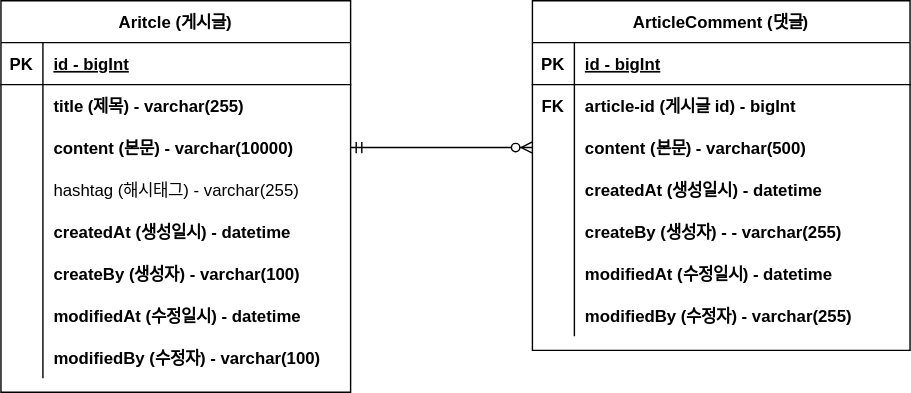
Above: document/project01-board-erd.svg in hoochh/project01_board-service (draw.io), before the change. Source tidied: cells renumbered, new cells last; positions are measured from the earlier drawing's top-left corner, leaving out a move shared by most shapes.
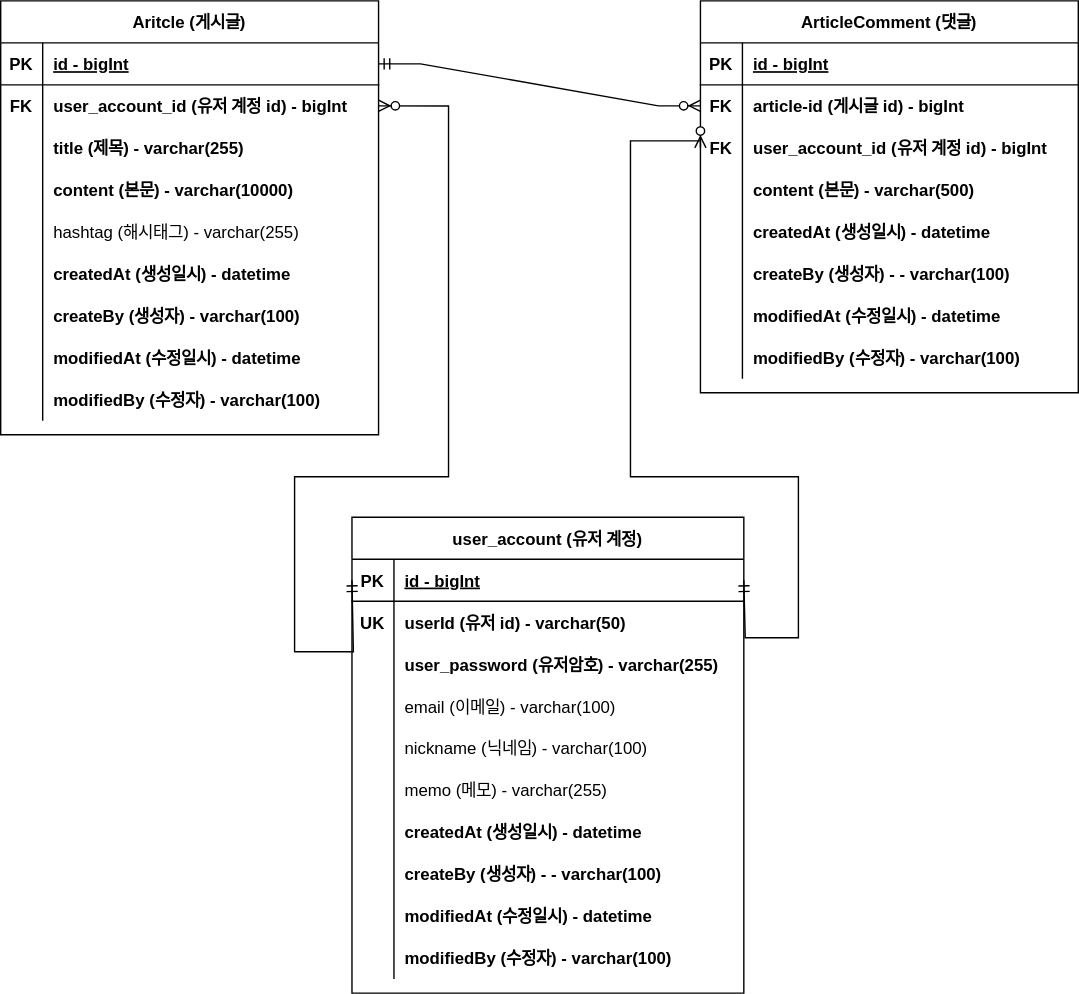
Above is the later version.

Commit message:
#22 - ERD 수정: project01-board-erd.svg 업데이트

Change to the diagram source:
```diff
@@ -5,6 +5,6 @@
     <mxCell id="2" value="Aritcle (게시글)" style="shape=table;startSize=30;rowLines=0;fontStyle=1;align=center;" parent="1" vertex="1">
-      <mxGeometry width="250" height="280" as="geometry" />
+      <mxGeometry width="270" height="310" as="geometry" />
     </mxCell>
     <mxCell id="3" style="shape=partialRectangle;fillColor=none;points=[[0,0.5],[1,0.5]];portConstraint=eastwest;top=0;left=0;right=0;bottom=1;fontStyle=1;" parent="2" vertex="1">
-      <mxGeometry y="30" width="250" height="30" as="geometry" />
+      <mxGeometry y="30" width="270" height="30" as="geometry" />
     </mxCell>
@@ -14,15 +14,24 @@
     <mxCell id="5" value="id - bigInt" style="shape=partialRectangle;overflow=hidden;fillColor=none;top=0;left=0;bottom=0;right=0;align=left;spacingLeft=6;fontStyle=5;" parent="3" vertex="1">
-      <mxGeometry x="30" width="220" height="30" as="geometry" />
+      <mxGeometry x="30" width="240" height="30" as="geometry" />
     </mxCell>
     <mxCell id="6" style="shape=partialRectangle;fillColor=none;points=[[0,0.5],[1,0.5]];portConstraint=eastwest;top=0;left=0;right=0;bottom=0;fontStyle=1;" parent="2" vertex="1">
-      <mxGeometry y="60" width="250" height="30" as="geometry" />
+      <mxGeometry y="60" width="270" height="30" as="geometry" />
     </mxCell>
-    <mxCell id="7" style="shape=partialRectangle;overflow=hidden;fillColor=none;top=0;left=0;bottom=0;right=0;fontStyle=1;" parent="6" vertex="1">
+    <mxCell id="7" value="FK" style="shape=partialRectangle;overflow=hidden;fillColor=none;top=0;left=0;bottom=0;right=0;fontStyle=1;" parent="6" vertex="1">
       <mxGeometry width="30" height="30" as="geometry" />
     </mxCell>
-    <mxCell id="8" value="title (제목) - varchar(255)" style="shape=partialRectangle;overflow=hidden;fillColor=none;top=0;left=0;bottom=0;right=0;align=left;spacingLeft=6;fontStyle=1;" parent="6" vertex="1">
-      <mxGeometry x="30" width="220" height="30" as="geometry" />
+    <mxCell id="8" value="user_account_id (유저 계정 id) - bigInt" style="shape=partialRectangle;overflow=hidden;fillColor=none;top=0;left=0;bottom=0;right=0;align=left;spacingLeft=6;fontStyle=1;" parent="6" vertex="1">
+      <mxGeometry x="30" width="240" height="30" as="geometry" />
     </mxCell>
+    <mxCell id="50" style="shape=partialRectangle;fillColor=none;top=0;left=0;right=0;bottom=0;fontStyle=1;" parent="2" vertex="1">
+      <mxGeometry y="90" width="270" height="30" as="geometry" />
+    </mxCell>
+    <mxCell id="51" style="shape=partialRectangle;overflow=hidden;fillColor=none;top=0;left=0;bottom=0;right=0;fontStyle=1;" parent="50" vertex="1">
+      <mxGeometry width="30" height="30" as="geometry" />
+    </mxCell>
+    <mxCell id="52" value="title (제목) - varchar(255)" style="shape=partialRectangle;overflow=hidden;fillColor=none;top=0;left=0;bottom=0;right=0;align=left;spacingLeft=6;fontStyle=1;" parent="50" vertex="1">
+      <mxGeometry x="30" width="240" height="30" as="geometry" />
+    </mxCell>
     <mxCell id="9" style="shape=partialRectangle;fillColor=none;points=[[0,0.5],[1,0.5]];portConstraint=eastwest;top=0;left=0;right=0;bottom=0;fontStyle=1;" parent="2" vertex="1">
-      <mxGeometry y="90" width="250" height="30" as="geometry" />
+      <mxGeometry y="120" width="270" height="30" as="geometry" />
     </mxCell>
@@ -32,6 +41,6 @@
     <mxCell id="11" value="content (본문) - varchar(10000)" style="shape=partialRectangle;overflow=hidden;fillColor=none;top=0;left=0;bottom=0;right=0;align=left;spacingLeft=6;fontStyle=1;" parent="9" vertex="1">
-      <mxGeometry x="30" width="220" height="30" as="geometry" />
+      <mxGeometry x="30" width="240" height="30" as="geometry" />
     </mxCell>
     <mxCell id="12" style="shape=partialRectangle;fillColor=none;top=0;left=0;right=0;bottom=0;fontStyle=1;" parent="2" vertex="1">
-      <mxGeometry y="120" width="250" height="30" as="geometry" />
+      <mxGeometry y="150" width="270" height="30" as="geometry" />
     </mxCell>
@@ -41,6 +50,6 @@
     <mxCell id="14" value="hashtag (해시태그) - varchar(255)" style="shape=partialRectangle;overflow=hidden;fillColor=none;top=0;left=0;bottom=0;right=0;align=left;spacingLeft=6;fontStyle=0;" parent="12" vertex="1">
-      <mxGeometry x="30" width="220" height="30" as="geometry" />
+      <mxGeometry x="30" width="240" height="30" as="geometry" />
     </mxCell>
     <mxCell id="15" style="shape=partialRectangle;fillColor=none;top=0;left=0;right=0;bottom=0;fontStyle=1;" parent="2" vertex="1">
-      <mxGeometry y="150" width="250" height="30" as="geometry" />
+      <mxGeometry y="180" width="270" height="30" as="geometry" />
     </mxCell>
@@ -50,6 +59,6 @@
     <mxCell id="17" value="createdAt (생성일시) - datetime" style="shape=partialRectangle;overflow=hidden;fillColor=none;top=0;left=0;bottom=0;right=0;align=left;spacingLeft=6;fontStyle=1;" parent="15" vertex="1">
-      <mxGeometry x="30" width="220" height="30" as="geometry" />
+      <mxGeometry x="30" width="240" height="30" as="geometry" />
     </mxCell>
     <mxCell id="18" style="shape=partialRectangle;fillColor=none;top=0;left=0;right=0;bottom=0;fontStyle=1;" parent="2" vertex="1">
-      <mxGeometry y="180" width="250" height="30" as="geometry" />
+      <mxGeometry y="210" width="270" height="30" as="geometry" />
     </mxCell>
@@ -59,6 +68,6 @@
     <mxCell id="20" value="createBy (생성자) - varchar(100)" style="shape=partialRectangle;overflow=hidden;fillColor=none;top=0;left=0;bottom=0;right=0;align=left;spacingLeft=6;fontStyle=1;" parent="18" vertex="1">
-      <mxGeometry x="30" width="220" height="30" as="geometry" />
+      <mxGeometry x="30" width="240" height="30" as="geometry" />
     </mxCell>
     <mxCell id="21" style="shape=partialRectangle;fillColor=none;top=0;left=0;right=0;bottom=0;fontStyle=1;" parent="2" vertex="1">
-      <mxGeometry y="210" width="250" height="30" as="geometry" />
+      <mxGeometry y="240" width="270" height="30" as="geometry" />
     </mxCell>
@@ -68,6 +77,6 @@
     <mxCell id="23" value="modifiedAt (수정일시) - datetime" style="shape=partialRectangle;overflow=hidden;fillColor=none;top=0;left=0;bottom=0;right=0;align=left;spacingLeft=6;fontStyle=1;" parent="21" vertex="1">
-      <mxGeometry x="30" width="220" height="30" as="geometry" />
+      <mxGeometry x="30" width="240" height="30" as="geometry" />
     </mxCell>
     <mxCell id="24" style="shape=partialRectangle;fillColor=none;top=0;left=0;right=0;bottom=0;fontStyle=1;" parent="2" vertex="1">
-      <mxGeometry y="240" width="250" height="30" as="geometry" />
+      <mxGeometry y="270" width="270" height="30" as="geometry" />
     </mxCell>
@@ -77,6 +86,6 @@
     <mxCell id="26" value="modifiedBy (수정자) - varchar(100)" style="shape=partialRectangle;overflow=hidden;fillColor=none;top=0;left=0;bottom=0;right=0;align=left;spacingLeft=6;fontStyle=1;" parent="24" vertex="1">
-      <mxGeometry x="30" width="220" height="30" as="geometry" />
+      <mxGeometry x="30" width="240" height="30" as="geometry" />
     </mxCell>
     <mxCell id="27" value="ArticleComment (댓글)" style="shape=table;startSize=30;rowLines=0;fontStyle=1;align=center;" parent="1" vertex="1">
-      <mxGeometry x="380" width="270" height="250" as="geometry" />
+      <mxGeometry x="500" width="270" height="280" as="geometry" />
     </mxCell>
@@ -100,4 +109,13 @@
     </mxCell>
+    <mxCell id="53" style="shape=partialRectangle;fillColor=none;points=[[0,0.5],[1,0.5]];portConstraint=eastwest;top=0;left=0;right=0;bottom=0;fontStyle=1;" parent="27" vertex="1">
+      <mxGeometry y="90" width="270" height="30" as="geometry" />
+    </mxCell>
+    <mxCell id="54" value="FK" style="shape=partialRectangle;overflow=hidden;fillColor=none;top=0;left=0;bottom=0;right=0;fontStyle=1;" parent="53" vertex="1">
+      <mxGeometry width="30" height="30" as="geometry" />
+    </mxCell>
+    <mxCell id="55" value="user_account_id (유저 계정 id) - bigInt" style="shape=partialRectangle;overflow=hidden;fillColor=none;top=0;left=0;bottom=0;right=0;align=left;spacingLeft=6;fontStyle=1;" parent="53" vertex="1">
+      <mxGeometry x="30" width="240" height="30" as="geometry" />
+    </mxCell>
     <mxCell id="34" style="shape=partialRectangle;fillColor=none;points=[[0,0.5],[1,0.5]];portConstraint=eastwest;top=0;left=0;right=0;bottom=0;fontStyle=1;" parent="27" vertex="1">
-      <mxGeometry y="90" width="270" height="30" as="geometry" />
+      <mxGeometry y="120" width="270" height="30" as="geometry" />
     </mxCell>
@@ -110,3 +128,3 @@
     <mxCell id="37" style="shape=partialRectangle;fillColor=none;top=0;left=0;right=0;bottom=0;fontStyle=1;" parent="27" vertex="1">
-      <mxGeometry y="120" width="270" height="30" as="geometry" />
+      <mxGeometry y="150" width="270" height="30" as="geometry" />
     </mxCell>
@@ -119,3 +137,3 @@
     <mxCell id="40" style="shape=partialRectangle;fillColor=none;top=0;left=0;right=0;bottom=0;fontStyle=1;" parent="27" vertex="1">
-      <mxGeometry y="150" width="270" height="30" as="geometry" />
+      <mxGeometry y="180" width="270" height="30" as="geometry" />
     </mxCell>
@@ -124,3 +142,3 @@
     </mxCell>
-    <mxCell id="42" value="createBy (생성자) - - varchar(255)" style="shape=partialRectangle;overflow=hidden;fillColor=none;top=0;left=0;bottom=0;right=0;align=left;spacingLeft=6;fontStyle=1;" parent="40" vertex="1">
+    <mxCell id="42" value="createBy (생성자) - - varchar(100)" style="shape=partialRectangle;overflow=hidden;fillColor=none;top=0;left=0;bottom=0;right=0;align=left;spacingLeft=6;fontStyle=1;" parent="40" vertex="1">
       <mxGeometry x="30" width="240" height="30" as="geometry" />
@@ -128,3 +146,3 @@
     <mxCell id="43" style="shape=partialRectangle;fillColor=none;top=0;left=0;right=0;bottom=0;fontStyle=1;" parent="27" vertex="1">
-      <mxGeometry y="180" width="270" height="30" as="geometry" />
+      <mxGeometry y="210" width="270" height="30" as="geometry" />
     </mxCell>
@@ -137,3 +155,3 @@
     <mxCell id="46" style="shape=partialRectangle;fillColor=none;top=0;left=0;right=0;bottom=0;fontStyle=1;" parent="27" vertex="1">
-      <mxGeometry y="210" width="270" height="30" as="geometry" />
+      <mxGeometry y="240" width="270" height="30" as="geometry" />
     </mxCell>
@@ -142,8 +160,124 @@
     </mxCell>
-    <mxCell id="48" value="modifiedBy (수정자) - varchar(255)" style="shape=partialRectangle;overflow=hidden;fillColor=none;top=0;left=0;bottom=0;right=0;align=left;spacingLeft=6;fontStyle=1;" parent="46" vertex="1">
+    <mxCell id="48" value="modifiedBy (수정자) - varchar(100)" style="shape=partialRectangle;overflow=hidden;fillColor=none;top=0;left=0;bottom=0;right=0;align=left;spacingLeft=6;fontStyle=1;" parent="46" vertex="1">
       <mxGeometry x="30" width="240" height="30" as="geometry" />
     </mxCell>
-    <mxCell id="49" style="edgeStyle=entityRelationEdgeStyle;fontSize=12;html=1;endArrow=ERzeroToMany;startArrow=ERmandOne;rounded=0;exitX=1;exitY=0.5;exitDx=0;exitDy=0;entryX=0;entryY=0.5;entryDx=0;entryDy=0;" parent="1" edge="1" source="9" target="34">
+    <mxCell id="49" style="edgeStyle=entityRelationEdgeStyle;fontSize=12;html=1;endArrow=ERzeroToMany;startArrow=ERmandOne;rounded=0;exitX=1;exitY=0.5;exitDx=0;exitDy=0;entryX=0;entryY=0.5;entryDx=0;entryDy=0;" parent="1" edge="1" source="3" target="31">
       <mxGeometry relative="1" as="geometry" />
     </mxCell>
+    <mxCell id="56" value="user_account (유저 계정)" style="shape=table;startSize=30;rowLines=0;fontStyle=1;align=center;" parent="1" vertex="1">
+      <mxGeometry x="251" y="369" width="280" height="340" as="geometry" />
+    </mxCell>
+    <mxCell id="57" style="shape=partialRectangle;fillColor=none;points=[[0,0.5],[1,0.5]];portConstraint=eastwest;top=0;left=0;right=0;bottom=1;fontStyle=1;" parent="56" vertex="1">
+      <mxGeometry y="30" width="280" height="30" as="geometry" />
+    </mxCell>
+    <mxCell id="58" value="PK" style="shape=partialRectangle;overflow=hidden;fillColor=none;top=0;left=0;bottom=0;right=0;fontStyle=1;" parent="57" vertex="1">
+      <mxGeometry width="30" height="30" as="geometry" />
+    </mxCell>
+    <mxCell id="59" value="id - bigInt" style="shape=partialRectangle;overflow=hidden;fillColor=none;top=0;left=0;bottom=0;right=0;align=left;spacingLeft=6;fontStyle=5;" parent="57" vertex="1">
+      <mxGeometry x="30" width="250" height="30" as="geometry" />
+    </mxCell>
+    <mxCell id="60" style="shape=partialRectangle;fillColor=none;top=0;left=0;right=0;bottom=0;fontStyle=1;" parent="56" vertex="1">
+      <mxGeometry y="60" width="280" height="30" as="geometry" />
+    </mxCell>
+    <mxCell id="61" value="UK" style="shape=partialRectangle;overflow=hidden;fillColor=none;top=0;left=0;bottom=0;right=0;fontStyle=1;" parent="60" vertex="1">
+      <mxGeometry width="30" height="30" as="geometry" />
+    </mxCell>
+    <mxCell id="62" value="userId (유저 id) - varchar(50)" style="shape=partialRectangle;overflow=hidden;fillColor=none;top=0;left=0;bottom=0;right=0;align=left;spacingLeft=6;fontStyle=1;" parent="60" vertex="1">
+      <mxGeometry x="30" width="250" height="30" as="geometry" />
+    </mxCell>
+    <mxCell id="63" style="shape=partialRectangle;fillColor=none;top=0;left=0;right=0;bottom=0;fontStyle=1;" parent="56" vertex="1">
+      <mxGeometry y="90" width="280" height="30" as="geometry" />
+    </mxCell>
+    <mxCell id="64" style="shape=partialRectangle;overflow=hidden;fillColor=none;top=0;left=0;bottom=0;right=0;fontStyle=1;" parent="63" vertex="1">
+      <mxGeometry width="30" height="30" as="geometry" />
+    </mxCell>
+    <mxCell id="65" value="user_password (유저암호) - varchar(255)" style="shape=partialRectangle;overflow=hidden;fillColor=none;top=0;left=0;bottom=0;right=0;align=left;spacingLeft=6;fontStyle=1;" parent="63" vertex="1">
+      <mxGeometry x="30" width="250" height="30" as="geometry" />
+    </mxCell>
+    <mxCell id="66" style="shape=partialRectangle;fillColor=none;top=0;left=0;right=0;bottom=0;fontStyle=1;" parent="56" vertex="1">
+      <mxGeometry y="120" width="280" height="30" as="geometry" />
+    </mxCell>
+    <mxCell id="67" style="shape=partialRectangle;overflow=hidden;fillColor=none;top=0;left=0;bottom=0;right=0;fontStyle=1;" parent="66" vertex="1">
+      <mxGeometry width="30" height="30" as="geometry" />
+    </mxCell>
+    <mxCell id="68" value="email (이메일) - varchar(100)" style="shape=partialRectangle;overflow=hidden;fillColor=none;top=0;left=0;bottom=0;right=0;align=left;spacingLeft=6;fontStyle=0;" parent="66" vertex="1">
+      <mxGeometry x="30" width="250" height="30" as="geometry" />
+    </mxCell>
+    <mxCell id="69" style="shape=partialRectangle;fillColor=none;top=0;left=0;right=0;bottom=0;fontStyle=1;" parent="56" vertex="1">
+      <mxGeometry y="150" width="280" height="30" as="geometry" />
+    </mxCell>
+    <mxCell id="70" style="shape=partialRectangle;overflow=hidden;fillColor=none;top=0;left=0;bottom=0;right=0;fontStyle=1;" parent="69" vertex="1">
+      <mxGeometry width="30" height="30" as="geometry" />
+    </mxCell>
+    <mxCell id="71" value="nickname (닉네임) - varchar(100)" style="shape=partialRectangle;overflow=hidden;fillColor=none;top=0;left=0;bottom=0;right=0;align=left;spacingLeft=6;fontStyle=0;" parent="69" vertex="1">
+      <mxGeometry x="30" width="250" height="30" as="geometry" />
+    </mxCell>
+    <mxCell id="72" style="shape=partialRectangle;fillColor=none;top=0;left=0;right=0;bottom=0;fontStyle=1;" parent="56" vertex="1">
+      <mxGeometry y="180" width="280" height="30" as="geometry" />
+    </mxCell>
+    <mxCell id="73" style="shape=partialRectangle;overflow=hidden;fillColor=none;top=0;left=0;bottom=0;right=0;fontStyle=1;" parent="72" vertex="1">
+      <mxGeometry width="30" height="30" as="geometry" />
+    </mxCell>
+    <mxCell id="74" value="memo (메모) - varchar(255)" style="shape=partialRectangle;overflow=hidden;fillColor=none;top=0;left=0;bottom=0;right=0;align=left;spacingLeft=6;fontStyle=0;" parent="72" vertex="1">
+      <mxGeometry x="30" width="250" height="30" as="geometry" />
+    </mxCell>
+    <mxCell id="75" style="shape=partialRectangle;fillColor=none;top=0;left=0;right=0;bottom=0;fontStyle=1;" parent="56" vertex="1">
+      <mxGeometry y="210" width="280" height="30" as="geometry" />
+    </mxCell>
+    <mxCell id="76" style="shape=partialRectangle;overflow=hidden;fillColor=none;top=0;left=0;bottom=0;right=0;fontStyle=1;" parent="75" vertex="1">
+      <mxGeometry width="30" height="30" as="geometry" />
+    </mxCell>
+    <mxCell id="77" value="createdAt (생성일시) - datetime" style="shape=partialRectangle;overflow=hidden;fillColor=none;top=0;left=0;bottom=0;right=0;align=left;spacingLeft=6;fontStyle=1;" parent="75" vertex="1">
+      <mxGeometry x="30" width="250" height="30" as="geometry" />
+    </mxCell>
+    <mxCell id="78" style="shape=partialRectangle;fillColor=none;top=0;left=0;right=0;bottom=0;fontStyle=1;" parent="56" vertex="1">
+      <mxGeometry y="240" width="280" height="30" as="geometry" />
+    </mxCell>
+    <mxCell id="79" style="shape=partialRectangle;overflow=hidden;fillColor=none;top=0;left=0;bottom=0;right=0;fontStyle=1;" parent="78" vertex="1">
+      <mxGeometry width="30" height="30" as="geometry" />
+    </mxCell>
+    <mxCell id="80" value="createBy (생성자) - - varchar(100)" style="shape=partialRectangle;overflow=hidden;fillColor=none;top=0;left=0;bottom=0;right=0;align=left;spacingLeft=6;fontStyle=1;" parent="78" vertex="1">
+      <mxGeometry x="30" width="250" height="30" as="geometry" />
+    </mxCell>
+    <mxCell id="81" style="shape=partialRectangle;fillColor=none;top=0;left=0;right=0;bottom=0;fontStyle=1;" parent="56" vertex="1">
+      <mxGeometry y="270" width="280" height="30" as="geometry" />
+    </mxCell>
+    <mxCell id="82" style="shape=partialRectangle;overflow=hidden;fillColor=none;top=0;left=0;bottom=0;right=0;fontStyle=1;" parent="81" vertex="1">
+      <mxGeometry width="30" height="30" as="geometry" />
+    </mxCell>
+    <mxCell id="83" value="modifiedAt (수정일시) - datetime" style="shape=partialRectangle;overflow=hidden;fillColor=none;top=0;left=0;bottom=0;right=0;align=left;spacingLeft=6;fontStyle=1;" parent="81" vertex="1">
+      <mxGeometry x="30" width="250" height="30" as="geometry" />
+    </mxCell>
+    <mxCell id="84" style="shape=partialRectangle;fillColor=none;top=0;left=0;right=0;bottom=0;fontStyle=1;" parent="56" vertex="1">
+      <mxGeometry y="300" width="280" height="30" as="geometry" />
+    </mxCell>
+    <mxCell id="85" style="shape=partialRectangle;overflow=hidden;fillColor=none;top=0;left=0;bottom=0;right=0;fontStyle=1;" parent="84" vertex="1">
+      <mxGeometry width="30" height="30" as="geometry" />
+    </mxCell>
+    <mxCell id="86" value="modifiedBy (수정자) - varchar(100)" style="shape=partialRectangle;overflow=hidden;fillColor=none;top=0;left=0;bottom=0;right=0;align=left;spacingLeft=6;fontStyle=1;" parent="84" vertex="1">
+      <mxGeometry x="30" width="250" height="30" as="geometry" />
+    </mxCell>
+    <mxCell id="87" style="edgeStyle=orthogonalEdgeStyle;fontSize=12;html=1;endArrow=ERzeroToMany;startArrow=ERmandOne;rounded=0;exitX=0;exitY=0.5;exitDx=0;exitDy=0;entryX=1;entryY=0.5;entryDx=0;entryDy=0;" parent="1" edge="1" source="57" target="6">
+      <mxGeometry relative="1" as="geometry">
+        <Array as="points">
+          <mxPoint x="252" y="465" />
+          <mxPoint x="210" y="465" />
+          <mxPoint x="210" y="340" />
+          <mxPoint x="320" y="340" />
+          <mxPoint x="320" y="75" />
+        </Array>
+      </mxGeometry>
+    </mxCell>
+    <mxCell id="88" style="edgeStyle=orthogonalEdgeStyle;fontSize=12;html=1;endArrow=ERzeroToMany;startArrow=ERmandOne;rounded=0;exitX=1;exitY=0.5;exitDx=0;exitDy=0;entryX=0;entryY=0.5;entryDx=0;entryDy=0;" parent="1" edge="1" source="57" target="53">
+      <mxGeometry relative="1" as="geometry">
+        <Array as="points">
+          <mxPoint x="532" y="455" />
+          <mxPoint x="570" y="455" />
+          <mxPoint x="570" y="340" />
+          <mxPoint x="450" y="340" />
+          <mxPoint x="450" y="100" />
+          <mxPoint x="500" y="100" />
+        </Array>
+      </mxGeometry>
+    </mxCell>
   </root>
```
